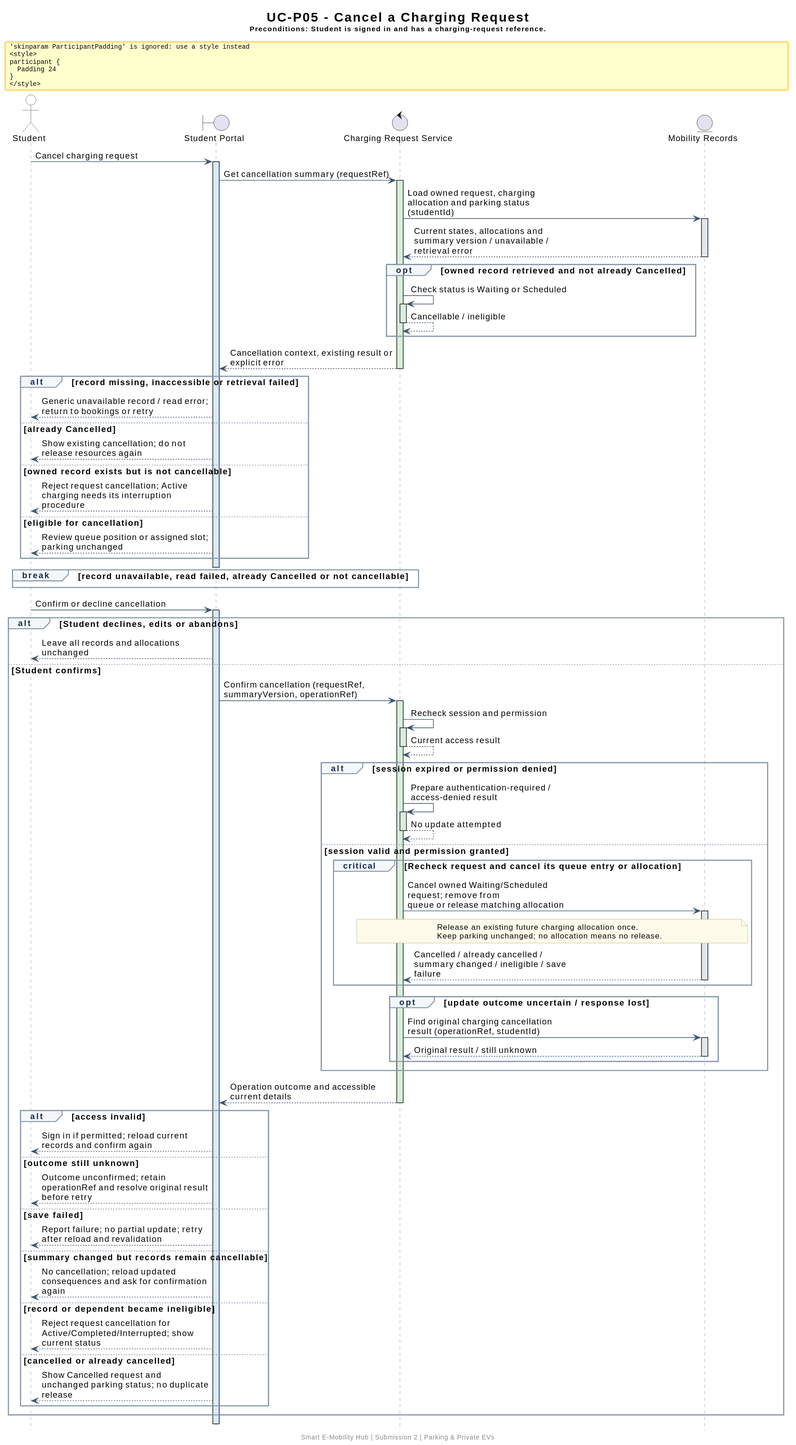
This is docs/submission-2/sequence-diagrams/parking-private-ev/SD_CancelChargingRequest.svg from thanhpham1108/smart-e-mobility-hub, a PlantUML export, as it was before one commit.
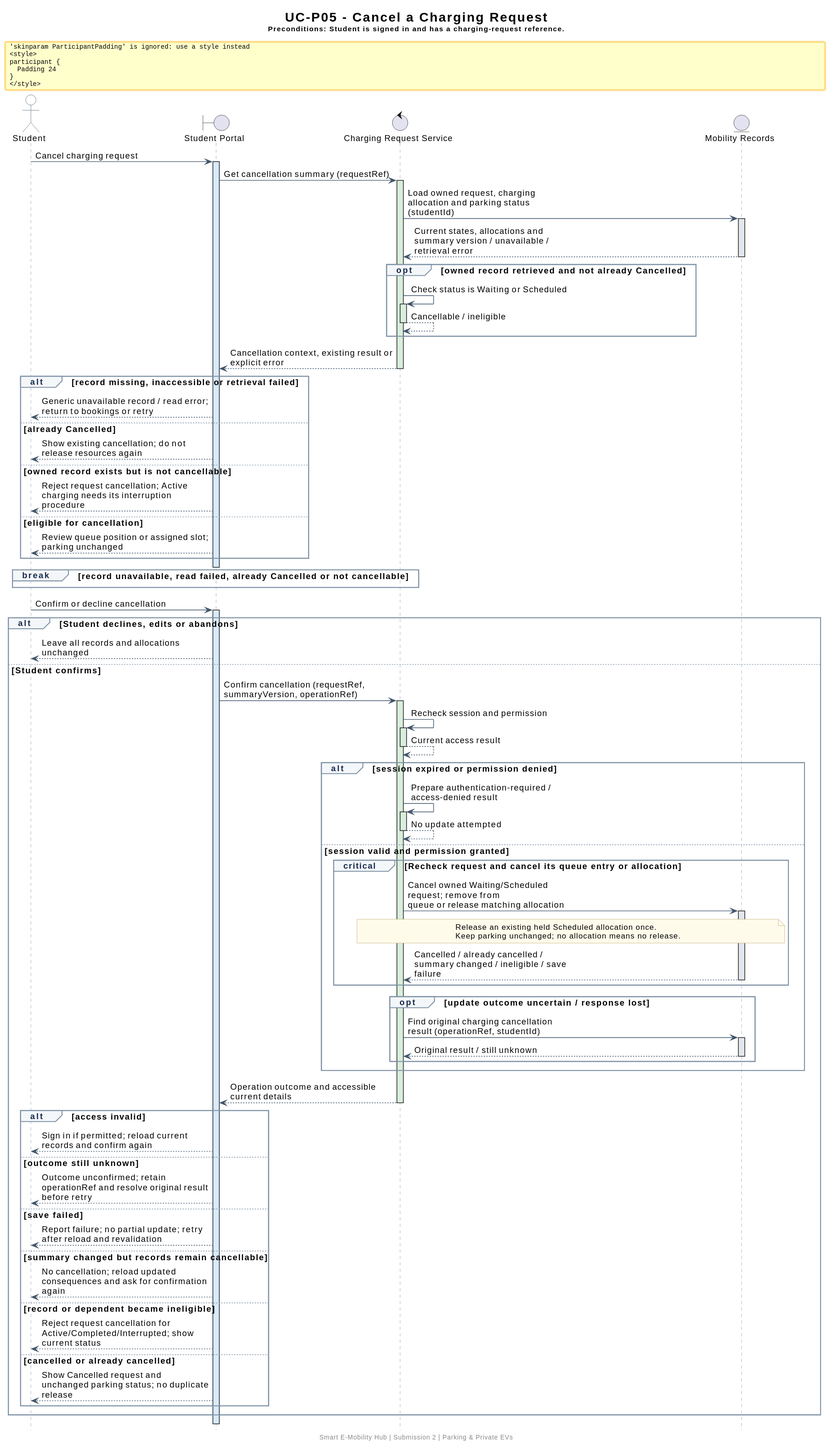
Above is the later version.

Change to the diagram source:
```diff
@@ -90,7 +90,7 @@
 SVC -> DATA: Cancel owned Waiting/Scheduled request; remove from\nqueue or release matching allocation
 activate DATA #E2E7ED
 note over SVC,DATA
-  Release an existing future charging allocation once.
+  Release an existing held Scheduled allocation once.
   Keep parking unchanged; no allocation means no release.
 end note
 DATA --> SVC: Cancelled / already cancelled / summary changed / ineligible / save failure
```
